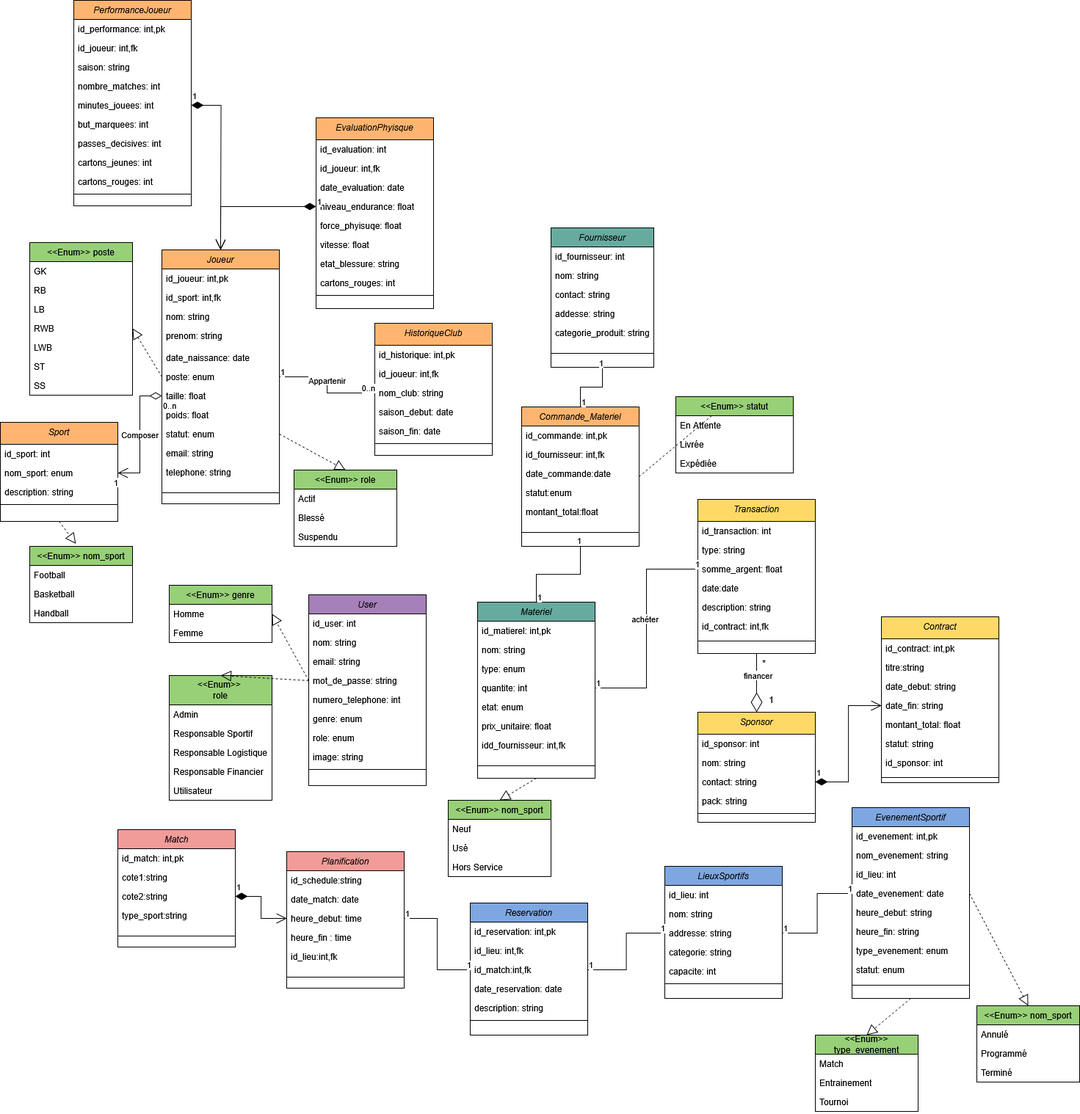
Above: umldiagram.png in hazemmrad17/matchupz (draw.io), before the change. Source tidied: cells renumbered, new cells last; positions are measured from the earlier drawing's top-left corner, leaving out a move shared by most shapes.
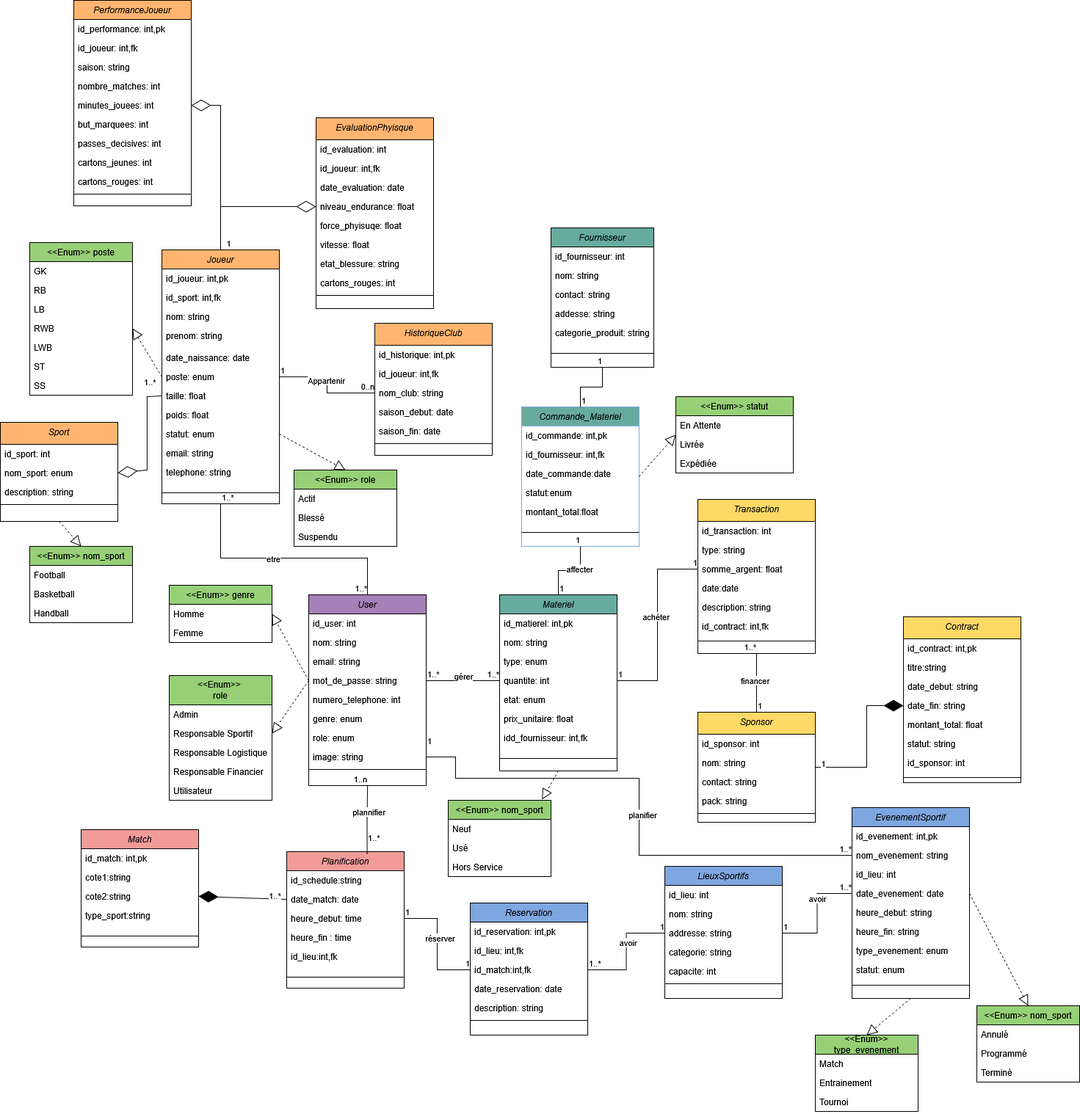
The same file after the commit.

Change to the diagram source:
```diff
@@ -356,3 +356,3 @@
     <mxCell id="119" value="Contract" style="swimlane;fontStyle=2;align=center;verticalAlign=top;horizontal=1;startSize=30;rounded=0;shadow=0;strokeWidth=1;fillColor=light-dark(#FFD966,var(--ge-dark-color, #121212));" parent="1" vertex="1">
-      <mxGeometry x="1200" y="840" width="160" height="226" as="geometry" />
+      <mxGeometry x="1230" y="840" width="160" height="226" as="geometry" />
     </mxCell>
@@ -383,3 +383,3 @@
     <mxCell id="128" value="Materiel" style="swimlane;fontStyle=2;align=center;verticalAlign=top;horizontal=1;startSize=26;rounded=0;shadow=0;strokeWidth=1;fillColor=light-dark(#67AB9F,var(--ge-dark-color, #121212));" parent="1" vertex="1">
-      <mxGeometry x="650" y="820" width="160" height="240" as="geometry" />
+      <mxGeometry x="680" y="810" width="160" height="240" as="geometry" />
     </mxCell>
@@ -421,3 +421,3 @@
     </mxCell>
-    <mxCell id="141" value="Commande_Materiel" style="swimlane;fontStyle=2;align=center;verticalAlign=top;horizontal=1;startSize=26;rounded=0;shadow=0;strokeWidth=1;fillColor=light-dark(#FFB570,var(--ge-dark-color, #121212));" parent="1" vertex="1">
+    <mxCell id="141" value="Commande_Materiel" style="swimlane;fontStyle=2;align=center;verticalAlign=top;horizontal=1;startSize=26;rounded=0;shadow=0;strokeWidth=1;fillColor=light-dark(#67AB9F,var(--ge-dark-color, #121212));strokeColor=light-dark(#7EA6E0,#FFFFFF);" parent="1" vertex="1">
       <mxGeometry x="710" y="554" width="160" height="190" as="geometry" />
@@ -443,3 +443,3 @@
     <mxCell id="148" value="Match" style="swimlane;fontStyle=2;align=center;verticalAlign=top;horizontal=1;startSize=26;rounded=0;shadow=0;strokeWidth=1;fillColor=light-dark(#F19C99,var(--ge-dark-color, #121212));" parent="1" vertex="1">
-      <mxGeometry x="160" y="1130" width="160" height="160" as="geometry" />
+      <mxGeometry x="110" y="1130" width="160" height="160" as="geometry" />
     </mxCell>
@@ -481,6 +481,6 @@
     </mxCell>
-    <mxCell id="161" style="endArrow=block;dashed=1;endFill=0;endSize=12;html=1;rounded=0;exitX=1;exitY=0.5;exitDx=0;exitDy=0;entryX=0.5;entryY=0;entryDx=0;entryDy=0;" parent="1" edge="1" source="141" target="205">
+    <mxCell id="161" style="endArrow=block;dashed=1;endFill=0;endSize=12;html=1;rounded=0;exitX=1;exitY=0.5;exitDx=0;exitDy=0;entryX=0;entryY=0.5;entryDx=0;entryDy=0;" parent="1" edge="1" source="141" target="205">
       <mxGeometry relative="1" as="geometry" />
     </mxCell>
-    <mxCell id="162" style="endArrow=block;dashed=1;endFill=0;endSize=12;html=1;rounded=0;entryX=0.5;entryY=0;entryDx=0;entryDy=0;exitX=0.5;exitY=1;exitDx=0;exitDy=0;" parent="1" edge="1" source="128" target="137">
+    <mxCell id="162" style="endArrow=block;dashed=1;endFill=0;endSize=12;html=1;rounded=0;entryX=0.913;entryY=-0.009;entryDx=0;entryDy=0;exitX=0.5;exitY=1;exitDx=0;exitDy=0;entryPerimeter=0;" parent="1" edge="1" source="128" target="137">
       <mxGeometry relative="1" as="geometry" />
@@ -499,6 +499,6 @@
     </mxCell>
-    <mxCell id="167" style="endArrow=block;dashed=1;endFill=0;endSize=12;html=1;rounded=0;entryX=0.5;entryY=0;entryDx=0;entryDy=0;exitX=0;exitY=0.5;exitDx=0;exitDy=0;" parent="1" edge="1" source="174" target="5">
+    <mxCell id="167" style="endArrow=block;dashed=1;endFill=0;endSize=12;html=1;rounded=0;entryX=1;entryY=0.5;entryDx=0;entryDy=0;exitX=0;exitY=0.5;exitDx=0;exitDy=0;" parent="1" edge="1" source="174" target="7">
       <mxGeometry relative="1" as="geometry" />
     </mxCell>
-    <mxCell id="168" style="endArrow=block;dashed=1;endFill=0;endSize=12;html=1;rounded=0;entryX=0.45;entryY=-0.034;entryDx=0;entryDy=0;entryPerimeter=0;exitX=0.5;exitY=1;exitDx=0;exitDy=0;" parent="1" edge="1" source="64" target="69">
+    <mxCell id="168" style="endArrow=block;dashed=1;endFill=0;endSize=12;html=1;rounded=0;entryX=0.5;entryY=0;entryDx=0;entryDy=0;exitX=0.5;exitY=1;exitDx=0;exitDy=0;" parent="1" edge="1" source="64" target="69">
       <mxGeometry relative="1" as="geometry" />
@@ -538,11 +538,2 @@
     </mxCell>
-    <mxCell id="180" value="Composer" style="endArrow=open;html=1;endSize=12;startArrow=diamondThin;startSize=14;startFill=0;edgeStyle=orthogonalEdgeStyle;rounded=0;entryX=1;entryY=0.5;entryDx=0;entryDy=0;exitX=0;exitY=0.5;exitDx=0;exitDy=0;" parent="1" edge="1" source="18" target="66">
-      <mxGeometry relative="1" as="geometry" />
-    </mxCell>
-    <mxCell id="181" value="0..n" style="edgeLabel;html=1;align=left;verticalAlign=top;" parent="180" vertex="1">
-      <mxGeometry x="-1" relative="1" as="geometry" />
-    </mxCell>
-    <mxCell id="182" value="1" style="edgeLabel;html=1;align=right;verticalAlign=top;" parent="180" vertex="1">
-      <mxGeometry x="1" relative="1" as="geometry" />
-    </mxCell>
     <mxCell id="183" style="endArrow=none;html=1;edgeStyle=orthogonalEdgeStyle;rounded=0;exitX=1;exitY=0.5;exitDx=0;exitDy=0;entryX=0;entryY=0.5;entryDx=0;entryDy=0;" parent="1" edge="1" source="17" target="60">
@@ -559,10 +550,2 @@
     </mxCell>
-    <mxCell id="187" value="1" style="endArrow=open;html=1;endSize=12;startArrow=diamondThin;startSize=14;startFill=1;edgeStyle=orthogonalEdgeStyle;align=left;verticalAlign=bottom;rounded=0;entryX=0.5;entryY=0;entryDx=0;entryDy=0;exitX=0;exitY=0.5;exitDx=0;exitDy=0;" parent="1" edge="1" source="51" target="11">
-      <mxGeometry x="-1" y="3" relative="1" as="geometry" />
-    </mxCell>
-    <mxCell id="188" value="1" style="endArrow=open;html=1;endSize=12;startArrow=diamondThin;startSize=14;startFill=1;edgeStyle=orthogonalEdgeStyle;align=left;verticalAlign=bottom;rounded=0;exitX=1;exitY=0.5;exitDx=0;exitDy=0;" parent="1" edge="1" source="29">
-      <mxGeometry x="-1" y="3" relative="1" as="geometry">
-        <mxPoint x="300" y="340" as="targetPoint" />
-      </mxGeometry>
-    </mxCell>
     <mxCell id="189" value="Fournisseur" style="swimlane;fontStyle=2;align=center;verticalAlign=top;horizontal=1;startSize=26;rounded=0;shadow=0;strokeWidth=1;fillColor=light-dark(#67AB9F,var(--ge-dark-color, #121212));" parent="1" vertex="1">
@@ -600,17 +583,2 @@
     </mxCell>
-    <mxCell id="200" value="1" style="endArrow=open;html=1;endSize=12;startArrow=diamondThin;startSize=14;startFill=1;edgeStyle=orthogonalEdgeStyle;align=left;verticalAlign=bottom;rounded=0;entryX=0;entryY=0.5;entryDx=0;entryDy=0;exitX=1;exitY=0.5;exitDx=0;exitDy=0;" parent="1" edge="1" source="108" target="123">
-      <mxGeometry x="-1" y="3" relative="1" as="geometry" />
-    </mxCell>
-    <mxCell id="201" style="endArrow=diamondThin;endFill=0;endSize=24;html=1;rounded=0;entryX=0.5;entryY=0;entryDx=0;entryDy=0;exitX=0.5;exitY=1;exitDx=0;exitDy=0;" parent="1" edge="1" source="111" target="105">
-      <mxGeometry relative="1" as="geometry" />
-    </mxCell>
-    <mxCell id="202" value="financer" style="edgeLabel;html=1;align=center;verticalAlign=middle;" parent="201" vertex="1">
-      <mxGeometry x="-0.31" y="1" relative="1" as="geometry" />
-    </mxCell>
-    <mxCell id="203" value="1" style="text;html=1;align=center;verticalAlign=middle;strokeColor=none;fillColor=none;" parent="1" vertex="1">
-      <mxGeometry x="1035" y="938" width="30" height="30" as="geometry" />
-    </mxCell>
-    <mxCell id="204" value="*" style="text;html=1;align=center;verticalAlign=middle;strokeColor=none;fillColor=none;" parent="1" vertex="1">
-      <mxGeometry x="1025" y="888" width="30" height="30" as="geometry" />
-    </mxCell>
     <mxCell id="205" value="&amp;lt;&amp;lt;Enum&amp;gt;&amp;gt; statut" style="swimlane;fontStyle=0;horizontal=1;startSize=26;fillColor=#97D077;whiteSpace=wrap;html=1;" parent="1" vertex="1">
@@ -636,2 +604,5 @@
     </mxCell>
+    <mxCell id="225" value="réserver" style="edgeLabel;html=1;align=center;verticalAlign=middle;" parent="209" vertex="1">
+      <mxGeometry x="-0.11" y="3" relative="1" as="geometry" />
+    </mxCell>
     <mxCell id="212" style="endArrow=none;html=1;edgeStyle=orthogonalEdgeStyle;rounded=0;entryX=0;entryY=0.5;entryDx=0;entryDy=0;exitX=1;exitY=0.5;exitDx=0;exitDy=0;" parent="1" edge="1" source="83" target="76">
@@ -639,3 +610,3 @@
     </mxCell>
-    <mxCell id="213" value="1" style="edgeLabel;html=1;align=left;verticalAlign=bottom;" parent="212" vertex="1">
+    <mxCell id="213" value="1..*" style="edgeLabel;html=1;align=left;verticalAlign=bottom;" parent="212" vertex="1">
       <mxGeometry x="-1" relative="1" as="geometry" />
@@ -645,5 +616,5 @@
     </mxCell>
-    <mxCell id="215" value="1" style="endArrow=open;html=1;endSize=12;startArrow=diamondThin;startSize=14;startFill=1;edgeStyle=orthogonalEdgeStyle;align=left;verticalAlign=bottom;rounded=0;entryX=0;entryY=0.5;entryDx=0;entryDy=0;exitX=1;exitY=0.5;exitDx=0;exitDy=0;" parent="1" edge="1" source="151" target="157">
-      <mxGeometry x="-1" y="3" relative="1" as="geometry" />
-    </mxCell>
+    <mxCell id="226" value="avoir" style="edgeLabel;html=1;align=center;verticalAlign=middle;" parent="212" vertex="1">
+      <mxGeometry x="0.16" y="-2" relative="1" as="geometry" />
+    </mxCell>
     <mxCell id="216" style="endArrow=none;html=1;edgeStyle=orthogonalEdgeStyle;rounded=0;entryX=0;entryY=0.5;entryDx=0;entryDy=0;exitX=1;exitY=0.5;exitDx=0;exitDy=0;" parent="1" edge="1" source="76" target="91">
@@ -654,5 +625,8 @@
     </mxCell>
-    <mxCell id="218" value="1" style="edgeLabel;html=1;align=right;verticalAlign=bottom;" parent="216" vertex="1">
+    <mxCell id="218" value="1..*" style="edgeLabel;html=1;align=right;verticalAlign=bottom;" parent="216" vertex="1">
       <mxGeometry x="1" relative="1" as="geometry" />
     </mxCell>
+    <mxCell id="227" value="&lt;div&gt;avoir&lt;/div&gt;" style="edgeLabel;html=1;align=center;verticalAlign=middle;" parent="216" vertex="1">
+      <mxGeometry x="0.27" relative="1" as="geometry" />
+    </mxCell>
     <mxCell id="219" style="endArrow=none;html=1;edgeStyle=orthogonalEdgeStyle;rounded=0;exitX=0.5;exitY=0;exitDx=0;exitDy=0;entryX=0.5;entryY=1;entryDx=0;entryDy=0;" parent="1" edge="1" source="128" target="141">
@@ -666,2 +640,5 @@
     </mxCell>
+    <mxCell id="228" value="affecter" style="edgeLabel;html=1;align=center;verticalAlign=middle;" parent="219" vertex="1">
+      <mxGeometry x="0.38" y="2" relative="1" as="geometry" />
+    </mxCell>
     <mxCell id="222" style="endArrow=none;html=1;edgeStyle=orthogonalEdgeStyle;rounded=0;exitX=0.5;exitY=0;exitDx=0;exitDy=0;entryX=0.5;entryY=1;entryDx=0;entryDy=0;" parent="1" edge="1" source="141" target="189">
@@ -675,2 +652,134 @@
     </mxCell>
+    <mxCell id="180" style="endArrow=diamondThin;endFill=0;endSize=24;html=1;rounded=0;entryX=1;entryY=0.5;entryDx=0;entryDy=0;exitX=0;exitY=0.5;exitDx=0;exitDy=0;" parent="1" edge="1" source="18" target="66">
+      <mxGeometry relative="1" as="geometry">
+        <Array as="points">
+          <mxPoint x="200" y="540" />
+          <mxPoint x="200" y="640" />
+        </Array>
+      </mxGeometry>
+    </mxCell>
+    <mxCell id="229" value="1..*" style="edgeLabel;html=1;align=left;verticalAlign=bottom;" parent="1" vertex="1">
+      <mxGeometry x="420" y="480" as="geometry">
+        <mxPoint x="-226" y="49" as="offset" />
+      </mxGeometry>
+    </mxCell>
+    <mxCell id="230" style="endArrow=diamondThin;endFill=1;endSize=24;html=1;rounded=0;entryX=0;entryY=0.5;entryDx=0;entryDy=0;exitX=1;exitY=0.5;exitDx=0;exitDy=0;" parent="1" edge="1" source="105" target="123">
+      <mxGeometry relative="1" as="geometry">
+        <Array as="points">
+          <mxPoint x="1180" y="1045" />
+          <mxPoint x="1180" y="961" />
+        </Array>
+      </mxGeometry>
+    </mxCell>
+    <mxCell id="231" value="1" style="edgeLabel;html=1;align=center;verticalAlign=middle;" parent="230" vertex="1">
+      <mxGeometry x="-0.77" y="4" relative="1" as="geometry">
+        <mxPoint x="-13" y="-2" as="offset" />
+      </mxGeometry>
+    </mxCell>
+    <mxCell id="232" style="endArrow=none;html=1;edgeStyle=orthogonalEdgeStyle;rounded=0;exitX=0.5;exitY=0;exitDx=0;exitDy=0;entryX=0.5;entryY=1;entryDx=0;entryDy=0;" parent="1" edge="1" source="105" target="111">
+      <mxGeometry relative="1" as="geometry" />
+    </mxCell>
+    <mxCell id="233" value="1" style="edgeLabel;html=1;align=left;verticalAlign=bottom;" parent="232" vertex="1">
+      <mxGeometry x="-1" relative="1" as="geometry" />
+    </mxCell>
+    <mxCell id="234" value="1..*" style="edgeLabel;html=1;align=right;verticalAlign=bottom;" parent="232" vertex="1">
+      <mxGeometry x="1" relative="1" as="geometry" />
+    </mxCell>
+    <mxCell id="202" value="financer" style="edgeLabel;html=1;align=center;verticalAlign=middle;" parent="232" vertex="1">
+      <mxGeometry x="0.09" y="3" relative="1" as="geometry" />
+    </mxCell>
+    <mxCell id="235" style="endArrow=none;html=1;edgeStyle=orthogonalEdgeStyle;rounded=0;entryX=0;entryY=0.5;entryDx=0;entryDy=0;exitX=1;exitY=0.5;exitDx=0;exitDy=0;" parent="1" edge="1" source="178" target="89">
+      <mxGeometry relative="1" as="geometry">
+        <Array as="points">
+          <mxPoint x="620" y="1031" />
+          <mxPoint x="620" y="1060" />
+          <mxPoint x="870" y="1060" />
+          <mxPoint x="870" y="1165" />
+        </Array>
+      </mxGeometry>
+    </mxCell>
+    <mxCell id="236" value="&lt;div&gt;1&lt;/div&gt;&lt;div&gt;&lt;br&gt;&lt;/div&gt;" style="edgeLabel;html=1;align=left;verticalAlign=bottom;" parent="235" vertex="1">
+      <mxGeometry x="-1" relative="1" as="geometry" />
+    </mxCell>
+    <mxCell id="237" value="1..*" style="edgeLabel;html=1;align=right;verticalAlign=bottom;" parent="235" vertex="1">
+      <mxGeometry x="1" relative="1" as="geometry" />
+    </mxCell>
+    <mxCell id="238" value="Text" style="edgeLabel;html=1;align=center;verticalAlign=middle;" parent="235" vertex="1">
+      <mxGeometry x="0.03" y="2" relative="1" as="geometry" />
+    </mxCell>
+    <mxCell id="239" value="planifier" style="edgeLabel;html=1;align=center;verticalAlign=middle;" parent="235" vertex="1">
+      <mxGeometry x="0.03" y="4" relative="1" as="geometry" />
+    </mxCell>
+    <mxCell id="240" style="endArrow=diamondThin;endFill=1;endSize=24;html=1;rounded=0;exitX=0;exitY=0.5;exitDx=0;exitDy=0;entryX=1;entryY=0.5;entryDx=0;entryDy=0;" parent="1" edge="1" source="156" target="151">
+      <mxGeometry relative="1" as="geometry" />
+    </mxCell>
+    <mxCell id="241" value="1..*" style="edgeLabel;html=1;align=center;verticalAlign=middle;" parent="240" vertex="1">
+      <mxGeometry x="-0.79" y="2" relative="1" as="geometry">
+        <mxPoint x="-3" y="-7" as="offset" />
+      </mxGeometry>
+    </mxCell>
+    <mxCell id="242" style="endArrow=none;html=1;edgeStyle=orthogonalEdgeStyle;rounded=0;entryX=0.5;entryY=1;entryDx=0;entryDy=0;exitX=0.684;exitY=0.017;exitDx=0;exitDy=0;exitPerimeter=0;" parent="1" edge="1" source="154" target="170">
+      <mxGeometry relative="1" as="geometry" />
+    </mxCell>
+    <mxCell id="243" value="&lt;div&gt;1..*&lt;/div&gt;" style="edgeLabel;html=1;align=left;verticalAlign=bottom;" parent="242" vertex="1">
+      <mxGeometry x="-1" relative="1" as="geometry">
+        <mxPoint y="-13" as="offset" />
+      </mxGeometry>
+    </mxCell>
+    <mxCell id="244" value="&lt;div&gt;1..n&lt;/div&gt;" style="edgeLabel;html=1;align=right;verticalAlign=bottom;" parent="242" vertex="1">
+      <mxGeometry x="1" relative="1" as="geometry" />
+    </mxCell>
+    <mxCell id="245" value="plannifier" style="edgeLabel;html=1;align=center;verticalAlign=middle;" parent="242" vertex="1">
+      <mxGeometry x="0.23" y="-1" relative="1" as="geometry" />
+    </mxCell>
+    <mxCell id="246" style="endArrow=none;html=1;edgeStyle=orthogonalEdgeStyle;rounded=0;entryX=0.5;entryY=0;entryDx=0;entryDy=0;exitX=0.5;exitY=1;exitDx=0;exitDy=0;" parent="1" edge="1" source="11" target="170">
+      <mxGeometry relative="1" as="geometry">
+        <Array as="points">
+          <mxPoint x="300" y="760" />
+          <mxPoint x="500" y="760" />
+        </Array>
+      </mxGeometry>
+    </mxCell>
+    <mxCell id="247" value="1..*" style="edgeLabel;html=1;align=left;verticalAlign=bottom;" parent="246" vertex="1">
+      <mxGeometry x="-1" relative="1" as="geometry" />
+    </mxCell>
+    <mxCell id="248" value="1..*" style="edgeLabel;html=1;align=right;verticalAlign=bottom;" parent="246" vertex="1">
+      <mxGeometry x="1" relative="1" as="geometry" />
+    </mxCell>
+    <mxCell id="249" value="etre" style="edgeLabel;html=1;align=center;verticalAlign=middle;" parent="246" vertex="1">
+      <mxGeometry x="-0.1" relative="1" as="geometry" />
+    </mxCell>
+    <mxCell id="250" style="endArrow=diamondThin;endFill=0;endSize=24;html=1;rounded=0;entryX=0;entryY=0.5;entryDx=0;entryDy=0;exitX=0.5;exitY=0;exitDx=0;exitDy=0;" parent="1" edge="1" source="11" target="51">
+      <mxGeometry relative="1" as="geometry">
+        <Array as="points">
+          <mxPoint x="300" y="281" />
+        </Array>
+      </mxGeometry>
+    </mxCell>
+    <mxCell id="251" style="endArrow=diamondThin;endFill=0;endSize=24;html=1;rounded=0;exitX=0.5;exitY=0;exitDx=0;exitDy=0;entryX=1;entryY=0.5;entryDx=0;entryDy=0;" parent="1" edge="1" source="11" target="29">
+      <mxGeometry relative="1" as="geometry">
+        <Array as="points">
+          <mxPoint x="300" y="143" />
+        </Array>
+      </mxGeometry>
+    </mxCell>
+    <mxCell id="252" value="&lt;div&gt;1&lt;/div&gt;" style="edgeLabel;html=1;align=center;verticalAlign=middle;" parent="251" vertex="1">
+      <mxGeometry x="-0.86" y="-1" relative="1" as="geometry">
+        <mxPoint x="9" y="6" as="offset" />
+      </mxGeometry>
+    </mxCell>
+    <mxCell id="253" style="endArrow=none;html=1;edgeStyle=orthogonalEdgeStyle;rounded=0;entryX=0;entryY=0.5;entryDx=0;entryDy=0;exitX=1;exitY=0.5;exitDx=0;exitDy=0;" parent="1" edge="1" source="174" target="132">
+      <mxGeometry relative="1" as="geometry" />
+    </mxCell>
+    <mxCell id="254" value="1..*" style="edgeLabel;html=1;align=left;verticalAlign=bottom;" parent="253" vertex="1">
+      <mxGeometry x="-1" relative="1" as="geometry" />
+    </mxCell>
+    <mxCell id="255" value="1..*" style="edgeLabel;html=1;align=right;verticalAlign=bottom;" parent="253" vertex="1">
+      <mxGeometry x="1" relative="1" as="geometry" />
+    </mxCell>
+    <mxCell id="256" value="gérer" style="edgeLabel;html=1;align=center;verticalAlign=middle;" parent="253" vertex="1">
+      <mxGeometry x="-0.18" y="-1" relative="1" as="geometry">
+        <mxPoint x="9" y="-8" as="offset" />
+      </mxGeometry>
+    </mxCell>
   </root>
```
